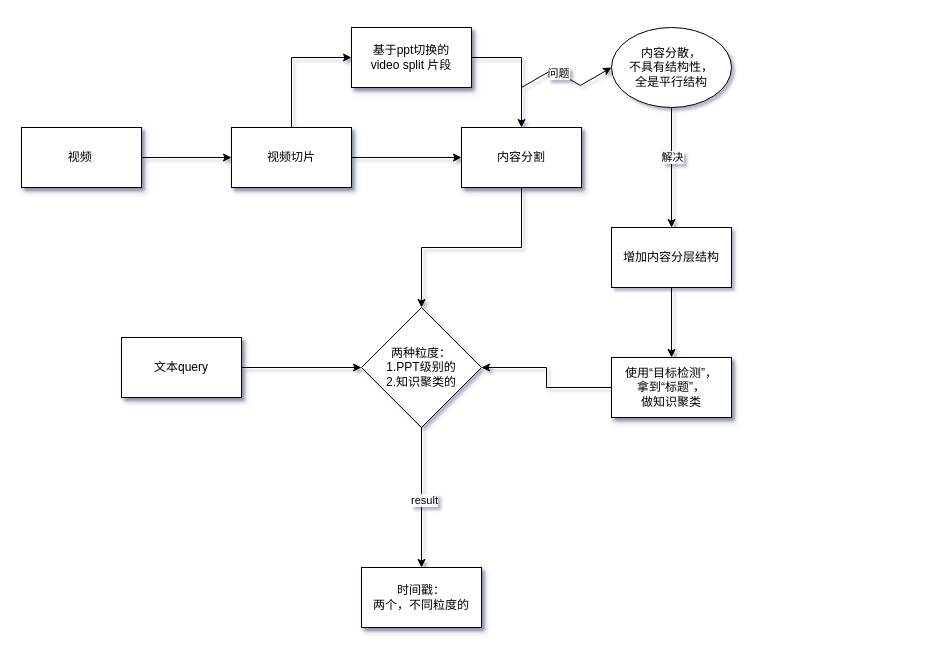
Earlier version of the draw.io diagram title_recog.drawio (ActiveSky/Drawio-repo). Source tidied: cells renumbered, new cells numbered last; positions are measured from the earlier drawing's top-left corner, leaving out a move shared by most shapes. Both pictures are drawn from the tidied source at 100%, with x=0, y=0 at pixel (21, 27).
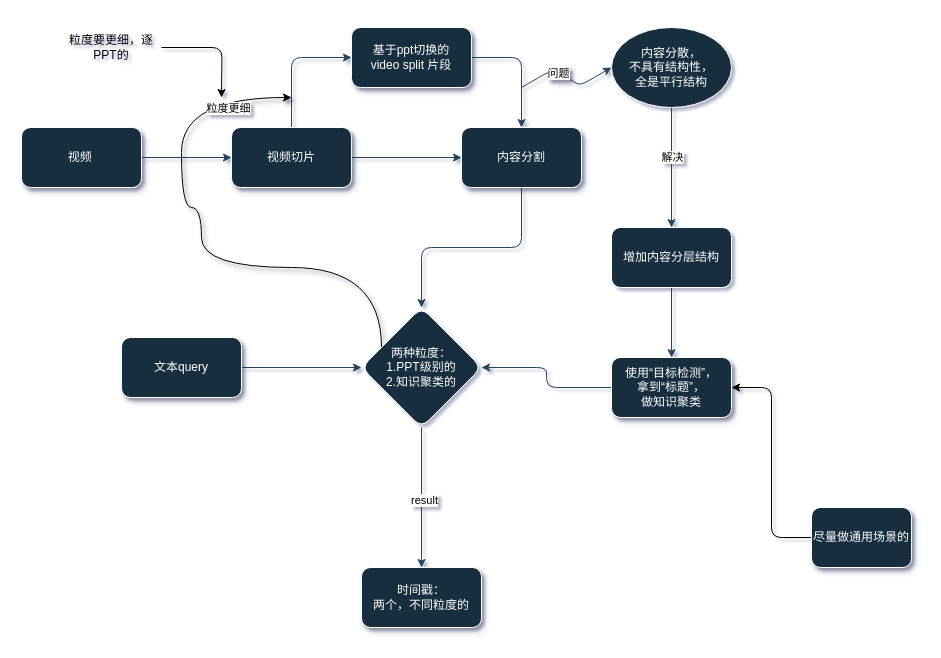
Above is the later version.

Diff of the diagram source:
```diff
@@
-    <mxCell id="2" style="edgeStyle=orthogonalEdgeStyle;rounded=0;jettySize=auto;html=1;exitX=1;exitY=0.5;exitDx=0;exitDy=0;" parent="1" edge="1" source="3" target="6">
+    <mxCell id="2" style="edgeStyle=orthogonalEdgeStyle;rounded=1;jettySize=auto;html=1;exitX=1;exitY=0.5;exitDx=0;exitDy=0;labelBackgroundColor=none;strokeColor=#23445D;fontColor=default;" parent="1" edge="1" source="3" target="6">
       <mxGeometry relative="1" as="geometry" />
     </mxCell>
-    <mxCell id="3" value="视频&lt;span style=&quot;white-space: pre;&quot;&gt;&#9;&lt;/span&gt;" style="rounded=0;whiteSpace=wrap;html=1;shadow=1;" parent="1" vertex="1">
+    <mxCell id="3" value="视频&lt;span style=&quot;white-space: pre;&quot;&gt;&#9;&lt;/span&gt;" style="rounded=1;whiteSpace=wrap;html=1;shadow=1;labelBackgroundColor=none;fillColor=#182E3E;strokeColor=#FFFFFF;fontColor=#FFFFFF;" parent="1" vertex="1">
       <mxGeometry y="100" width="120" height="60" as="geometry" />
     </mxCell>
-    <mxCell id="4" style="edgeStyle=orthogonalEdgeStyle;rounded=0;jettySize=auto;html=1;exitX=1;exitY=0.5;exitDx=0;exitDy=0;" parent="1" edge="1" source="6" target="8">
+    <mxCell id="4" style="edgeStyle=orthogonalEdgeStyle;rounded=1;jettySize=auto;html=1;exitX=1;exitY=0.5;exitDx=0;exitDy=0;labelBackgroundColor=none;strokeColor=#23445D;fontColor=default;" parent="1" edge="1" source="6" target="8">
       <mxGeometry relative="1" as="geometry" />
     </mxCell>
-    <mxCell id="5" style="edgeStyle=orthogonalEdgeStyle;rounded=0;jettySize=auto;html=1;exitX=0.5;exitY=0;exitDx=0;exitDy=0;entryX=0;entryY=0.5;entryDx=0;entryDy=0;" parent="1" edge="1" source="6" target="10">
+    <mxCell id="5" style="edgeStyle=orthogonalEdgeStyle;rounded=1;jettySize=auto;html=1;exitX=0.5;exitY=0;exitDx=0;exitDy=0;entryX=0;entryY=0.5;entryDx=0;entryDy=0;labelBackgroundColor=none;strokeColor=#23445D;fontColor=default;" parent="1" edge="1" source="6" target="10">
       <mxGeometry relative="1" as="geometry" />
     </mxCell>
-    <mxCell id="6" value="视频切片" style="rounded=0;whiteSpace=wrap;html=1;shadow=1;" parent="1" vertex="1">
+    <mxCell id="6" value="视频切片" style="rounded=1;whiteSpace=wrap;html=1;shadow=1;labelBackgroundColor=none;fillColor=#182E3E;strokeColor=#FFFFFF;fontColor=#FFFFFF;" parent="1" vertex="1">
       <mxGeometry x="210" y="100" width="120" height="60" as="geometry" />
     </mxCell>
-    <mxCell id="7" style="edgeStyle=orthogonalEdgeStyle;rounded=0;jettySize=auto;html=1;exitX=0.5;exitY=1;exitDx=0;exitDy=0;" parent="1" edge="1" source="8" target="22">
+    <mxCell id="7" style="edgeStyle=orthogonalEdgeStyle;rounded=1;jettySize=auto;html=1;exitX=0.5;exitY=1;exitDx=0;exitDy=0;labelBackgroundColor=none;strokeColor=#23445D;fontColor=default;" parent="1" edge="1" source="8" target="22">
       <mxGeometry relative="1" as="geometry" />
     </mxCell>
-    <mxCell id="8" value="内容分割" style="rounded=0;whiteSpace=wrap;html=1;shadow=1;" parent="1" vertex="1">
+    <mxCell id="8" value="内容分割" style="rounded=1;whiteSpace=wrap;html=1;shadow=1;labelBackgroundColor=none;fillColor=#182E3E;strokeColor=#FFFFFF;fontColor=#FFFFFF;" parent="1" vertex="1">
       <mxGeometry x="440" y="100" width="120" height="60" as="geometry" />
     </mxCell>
-    <mxCell id="9" style="edgeStyle=orthogonalEdgeStyle;rounded=0;jettySize=auto;html=1;exitX=1;exitY=0.5;exitDx=0;exitDy=0;entryX=0.5;entryY=0;entryDx=0;entryDy=0;" parent="1" edge="1" source="10" target="8">
+    <mxCell id="9" style="edgeStyle=orthogonalEdgeStyle;rounded=1;jettySize=auto;html=1;exitX=1;exitY=0.5;exitDx=0;exitDy=0;entryX=0.5;entryY=0;entryDx=0;entryDy=0;labelBackgroundColor=none;strokeColor=#23445D;fontColor=default;" parent="1" edge="1" source="10" target="8">
       <mxGeometry relative="1" as="geometry" />
     </mxCell>
-    <mxCell id="10" value="基于ppt切换的&lt;div&gt;video split 片段&lt;/div&gt;" style="rounded=0;whiteSpace=wrap;html=1;shadow=1;" parent="1" vertex="1">
+    <mxCell id="10" value="基于ppt切换的&lt;div&gt;video split 片段&lt;/div&gt;" style="rounded=1;whiteSpace=wrap;html=1;shadow=1;labelBackgroundColor=none;fillColor=#182E3E;strokeColor=#FFFFFF;fontColor=#FFFFFF;" parent="1" vertex="1">
       <mxGeometry x="330" width="120" height="60" as="geometry" />
     </mxCell>
-    <mxCell id="11" style="edgeStyle=isometricEdgeStyle;rounded=0;jettySize=auto;html=1;elbow=horizontal;entryX=0;entryY=0.5;entryDx=0;entryDy=0;" parent="1" edge="1" target="15">
+    <mxCell id="11" style="edgeStyle=isometricEdgeStyle;rounded=1;jettySize=auto;html=1;elbow=horizontal;entryX=0;entryY=0.5;entryDx=0;entryDy=0;labelBackgroundColor=none;strokeColor=#23445D;fontColor=default;" parent="1" edge="1" target="15">
       <mxGeometry relative="1" as="geometry">
         <mxPoint x="500" y="60" as="sourcePoint" />
       </mxGeometry>
     </mxCell>
-    <mxCell id="12" value="问题" style="edgeLabel;html=1;align=center;verticalAlign=middle;" parent="11" vertex="1">
+    <mxCell id="12" value="问题" style="edgeLabel;html=1;align=center;verticalAlign=middle;rounded=1;textShadow=1;" parent="11" vertex="1">
       <mxGeometry x="-0.2" relative="1" as="geometry" />
     </mxCell>
-    <mxCell id="13" style="edgeStyle=orthogonalEdgeStyle;rounded=0;jettySize=auto;html=1;exitX=0.5;exitY=1;exitDx=0;exitDy=0;" parent="1" edge="1" source="15" target="17">
+    <mxCell id="13" style="edgeStyle=orthogonalEdgeStyle;rounded=1;jettySize=auto;html=1;exitX=0.5;exitY=1;exitDx=0;exitDy=0;labelBackgroundColor=none;strokeColor=#23445D;fontColor=default;" parent="1" edge="1" source="15" target="17">
       <mxGeometry relative="1" as="geometry" />
     </mxCell>
-    <mxCell id="14" value="解决" style="edgeLabel;html=1;align=center;verticalAlign=middle;" parent="13" vertex="1">
+    <mxCell id="14" value="解决" style="edgeLabel;html=1;align=center;verticalAlign=middle;rounded=1;" parent="13" vertex="1">
       <mxGeometry x="-0.18" relative="1" as="geometry" />
     </mxCell>
-    <mxCell id="15" value="内容分散，&lt;div&gt;不具有结构性，&lt;br&gt;全是平行结构&lt;/div&gt;" style="ellipse;whiteSpace=wrap;html=1;" parent="1" vertex="1">
+    <mxCell id="15" value="内容分散，&lt;div&gt;不具有结构性，&lt;br&gt;全是平行结构&lt;/div&gt;" style="ellipse;whiteSpace=wrap;html=1;labelBackgroundColor=none;fillColor=#182E3E;strokeColor=#FFFFFF;fontColor=#FFFFFF;rounded=1;" parent="1" vertex="1">
       <mxGeometry x="590" width="120" height="80" as="geometry" />
     </mxCell>
-    <mxCell id="16" style="edgeStyle=orthogonalEdgeStyle;rounded=0;jettySize=auto;html=1;entryX=0.5;entryY=0;entryDx=0;entryDy=0;" parent="1" edge="1" source="17" target="19">
+    <mxCell id="16" style="edgeStyle=orthogonalEdgeStyle;rounded=1;jettySize=auto;html=1;entryX=0.5;entryY=0;entryDx=0;entryDy=0;labelBackgroundColor=none;strokeColor=#23445D;fontColor=default;" parent="1" edge="1" source="17" target="19">
       <mxGeometry relative="1" as="geometry" />
     </mxCell>
-    <mxCell id="17" value="增加内容分层结构" style="rounded=0;whiteSpace=wrap;html=1;" parent="1" vertex="1">
+    <mxCell id="17" value="增加内容分层结构" style="rounded=1;whiteSpace=wrap;html=1;labelBackgroundColor=none;fillColor=#182E3E;strokeColor=#FFFFFF;fontColor=#FFFFFF;" parent="1" vertex="1">
       <mxGeometry x="590" y="200" width="120" height="60" as="geometry" />
     </mxCell>
-    <mxCell id="18" style="edgeStyle=orthogonalEdgeStyle;rounded=0;jettySize=auto;html=1;exitX=0;exitY=0.5;exitDx=0;exitDy=0;entryX=1;entryY=0.5;entryDx=0;entryDy=0;" parent="1" edge="1" source="19" target="22">
+    <mxCell id="18" style="edgeStyle=orthogonalEdgeStyle;rounded=1;jettySize=auto;html=1;exitX=0;exitY=0.5;exitDx=0;exitDy=0;entryX=1;entryY=0.5;entryDx=0;entryDy=0;labelBackgroundColor=none;strokeColor=#23445D;fontColor=default;" parent="1" edge="1" source="19" target="22">
       <mxGeometry relative="1" as="geometry" />
     </mxCell>
-    <mxCell id="19" value="使用“目标检测”，&lt;div&gt;拿到“标题”，&lt;/div&gt;&lt;div&gt;做知识聚类&lt;/div&gt;" style="rounded=0;whiteSpace=wrap;html=1;shadow=1;" parent="1" vertex="1">
+    <mxCell id="19" value="使用“目标检测”，&lt;div&gt;拿到“标题”，&lt;/div&gt;&lt;div&gt;做知识聚类&lt;/div&gt;" style="rounded=1;whiteSpace=wrap;html=1;shadow=1;labelBackgroundColor=none;fillColor=#182E3E;strokeColor=#FFFFFF;fontColor=#FFFFFF;" parent="1" vertex="1">
       <mxGeometry x="590" y="330" width="120" height="60" as="geometry" />
     </mxCell>
-    <mxCell id="20" style="edgeStyle=orthogonalEdgeStyle;rounded=0;jettySize=auto;html=1;exitX=0.5;exitY=1;exitDx=0;exitDy=0;" parent="1" edge="1" source="22" target="25">
+    <mxCell id="20" style="edgeStyle=orthogonalEdgeStyle;rounded=1;jettySize=auto;html=1;exitX=0.5;exitY=1;exitDx=0;exitDy=0;labelBackgroundColor=none;strokeColor=#23445D;fontColor=default;" parent="1" edge="1" source="22" target="25">
       <mxGeometry relative="1" as="geometry" />
     </mxCell>
-    <mxCell id="21" value="result" style="edgeLabel;html=1;align=center;verticalAlign=middle;" parent="20" vertex="1">
+    <mxCell id="21" value="result" style="edgeLabel;html=1;align=center;verticalAlign=middle;rounded=1;" parent="20" vertex="1">
       <mxGeometry x="0.03" y="2" relative="1" as="geometry" />
     </mxCell>
+    <mxCell id="26" style="edgeStyle=orthogonalEdgeStyle;rounded=0;jettySize=auto;html=1;jumpStyle=arc;jumpSize=8;shadow=1;flowAnimation=0;elbow=vertical;curved=1;" parent="1" edge="1" source="22">
+      <mxGeometry relative="1" as="geometry">
+        <mxPoint x="270" y="70" as="targetPoint" />
+        <Array as="points">
+          <mxPoint x="360" y="240" />
+          <mxPoint x="180" y="240" />
+          <mxPoint x="180" y="180" />
+          <mxPoint x="160" y="180" />
+          <mxPoint x="160" y="70" />
+        </Array>
+      </mxGeometry>
+    </mxCell>
+    <mxCell id="27" value="粒度更细" style="edgeLabel;html=1;align=center;verticalAlign=middle;rounded=1;" parent="26" vertex="1">
+      <mxGeometry x="0.77" y="-10" relative="1" as="geometry" />
+    </mxCell>
-    <mxCell id="22" value="两种粒度：&lt;div&gt;1.PPT级别的&lt;/div&gt;&lt;div&gt;2.知识聚类的&lt;/div&gt;" style="rhombus;whiteSpace=wrap;html=1;" parent="1" vertex="1">
+    <mxCell id="22" value="两种粒度：&lt;div&gt;1.PPT级别的&lt;/div&gt;&lt;div&gt;2.知识聚类的&lt;/div&gt;" style="rhombus;whiteSpace=wrap;html=1;labelBackgroundColor=none;fillColor=#182E3E;strokeColor=#FFFFFF;fontColor=#FFFFFF;rounded=1;" parent="1" vertex="1">
       <mxGeometry x="340" y="280" width="120" height="120" as="geometry" />
     </mxCell>
-    <mxCell id="23" style="edgeStyle=orthogonalEdgeStyle;rounded=0;jettySize=auto;html=1;entryX=0;entryY=0.5;entryDx=0;entryDy=0;" parent="1" edge="1" source="24" target="22">
+    <mxCell id="23" style="edgeStyle=orthogonalEdgeStyle;rounded=1;jettySize=auto;html=1;entryX=0;entryY=0.5;entryDx=0;entryDy=0;labelBackgroundColor=none;strokeColor=#23445D;fontColor=default;" parent="1" edge="1" source="24" target="22">
       <mxGeometry relative="1" as="geometry" />
     </mxCell>
-    <mxCell id="24" value="文本query" style="rounded=0;whiteSpace=wrap;html=1;shadow=1;" parent="1" vertex="1">
+    <mxCell id="24" value="文本query" style="rounded=1;whiteSpace=wrap;html=1;shadow=1;labelBackgroundColor=none;fillColor=#182E3E;strokeColor=#FFFFFF;fontColor=#FFFFFF;" parent="1" vertex="1">
       <mxGeometry x="100" y="310" width="120" height="60" as="geometry" />
     </mxCell>
-    <mxCell id="25" value="时间戳：&lt;div&gt;两个，不同粒度的&lt;/div&gt;" style="rounded=0;whiteSpace=wrap;html=1;shadow=1;" parent="1" vertex="1">
+    <mxCell id="25" value="时间戳：&lt;div&gt;两个，不同粒度的&lt;/div&gt;" style="rounded=1;whiteSpace=wrap;html=1;shadow=1;labelBackgroundColor=none;fillColor=#182E3E;strokeColor=#FFFFFF;fontColor=#FFFFFF;" parent="1" vertex="1">
       <mxGeometry x="340" y="540" width="120" height="60" as="geometry" />
     </mxCell>
+    <mxCell id="28" style="edgeStyle=orthogonalEdgeStyle;rounded=1;jettySize=auto;html=1;" parent="1" edge="1" source="29">
+      <mxGeometry relative="1" as="geometry">
+        <mxPoint x="200" y="70" as="targetPoint" />
+      </mxGeometry>
+    </mxCell>
+    <mxCell id="29" value="粒度要更细，逐PPT的" style="text;html=1;align=center;verticalAlign=middle;whiteSpace=wrap;rounded=0;" parent="1" vertex="1">
+      <mxGeometry x="40" y="-10" width="100" height="60" as="geometry" />
+    </mxCell>
+    <mxCell id="30" style="edgeStyle=orthogonalEdgeStyle;rounded=1;jettySize=auto;html=1;entryX=1;entryY=0.5;entryDx=0;entryDy=0;" parent="1" edge="1" source="31" target="19">
+      <mxGeometry relative="1" as="geometry" />
+    </mxCell>
+    <mxCell id="31" value="尽量做通用场景的" style="rounded=1;whiteSpace=wrap;html=1;shadow=1;strokeColor=#FFFFFF;align=center;verticalAlign=middle;fontFamily=Helvetica;fontSize=12;fontColor=#FFFFFF;labelBackgroundColor=none;fillColor=#182E3E;" parent="1" vertex="1">
+      <mxGeometry x="790" y="480" width="100" height="60" as="geometry" />
+    </mxCell>
```
